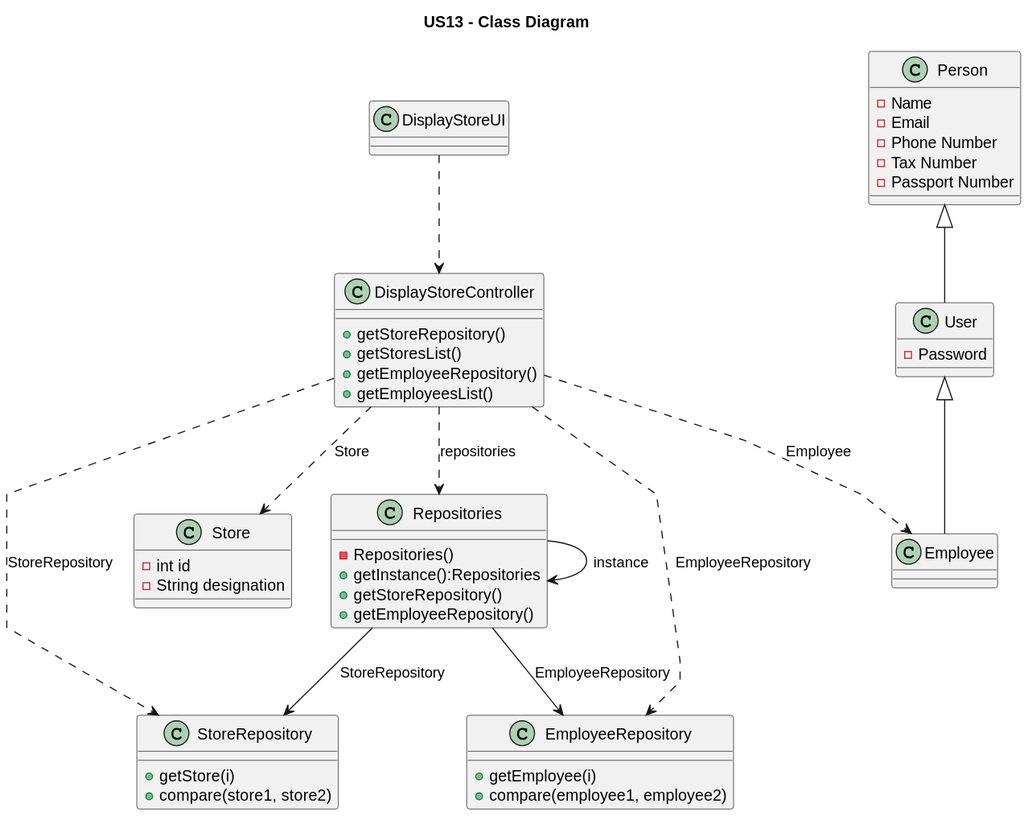
The PlantUML diagram docs/sprintC/US13/03.design/svg/us13-class-diagram.svg in PureNimble/ISEP-LAPR2, before a commit.
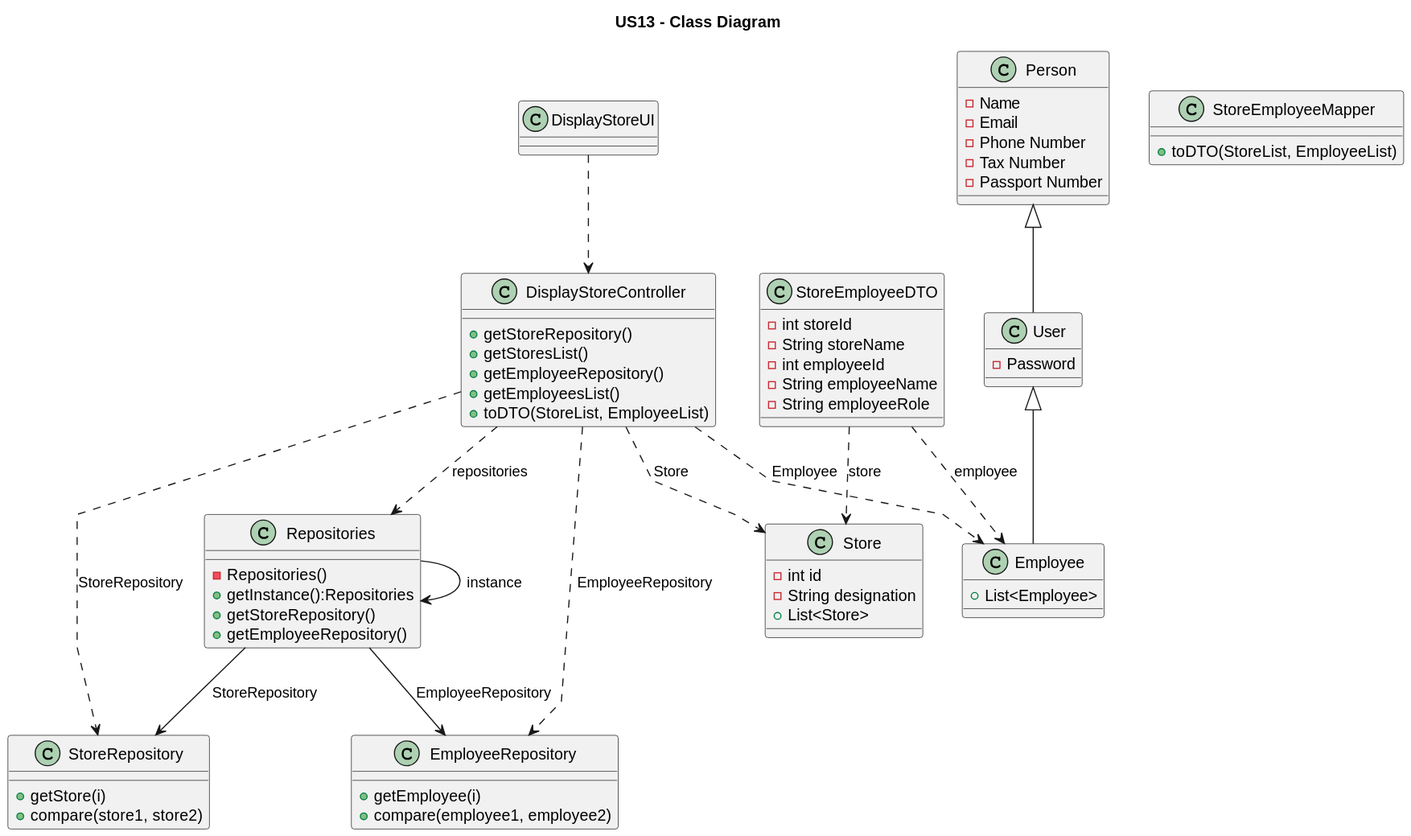
Above is the later version.

The edit, as a diff of the source:
```diff
@@ -16,6 +16,15 @@
 class Store {
     -int id
     -String designation
+    +List<Store>
+}
+
+class Employee {
+    +List<Employee>
+}
+
+class StoreEmployeeMapper {
+    +toDTO(StoreList, EmployeeList)
 }
 
 class DisplayStoreController {
@@ -23,6 +32,7 @@
     +getStoresList()
     +getEmployeeRepository()
     +getEmployeesList()
+    +toDTO(StoreList, EmployeeList)
 }
 
 class StoreRepository {
@@ -47,6 +57,14 @@
     -Passport Number
 }
 
+class StoreEmployeeDTO {
+    -int storeId
+    -String storeName
+    -int employeeId
+    -String employeeName
+    -String employeeRole
+}
+
 class DisplayStoreUI {
 
 }
@@ -60,6 +78,8 @@
 DisplayStoreController ..> Store : Store
 DisplayStoreController ..> Employee : Employee
 DisplayStoreUI ..> DisplayStoreController
+StoreEmployeeDTO ..> Store: store
+StoreEmployeeDTO ..> Employee: employee
 Person <|-- User
 User <|-- Employee
 
```
